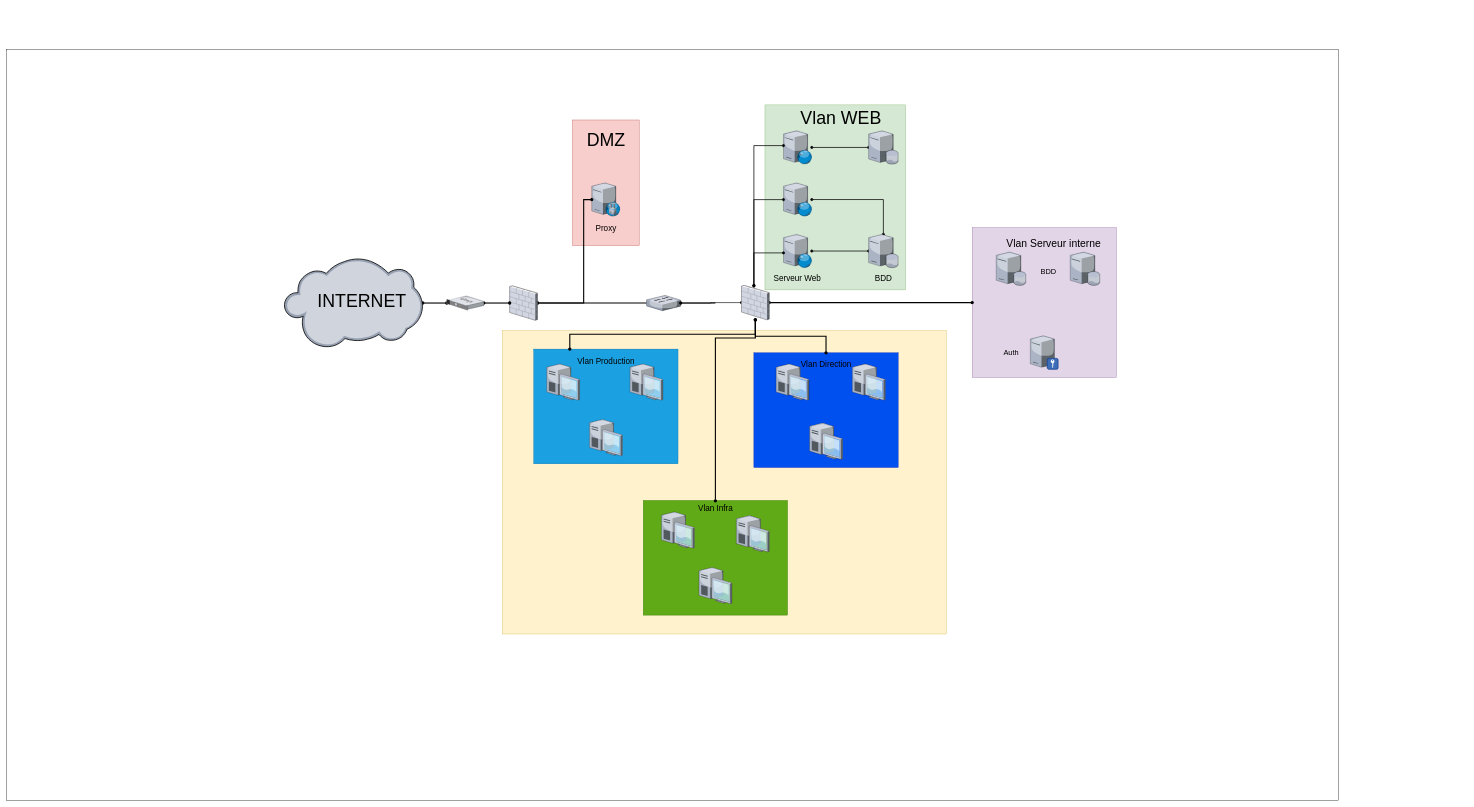
This is schémas/Diagramme sans nom.drawio from MaoenD/Projet_R-seau, a draw.io file, before an edit. Source tidied: cells renumbered, new cells numbered last; positions are measured from the earlier drawing's top-left corner, leaving out a move shared by most shapes. Both pictures are drawn from the tidied source at 37%, with x=0, y=0 at pixel (6, 49).
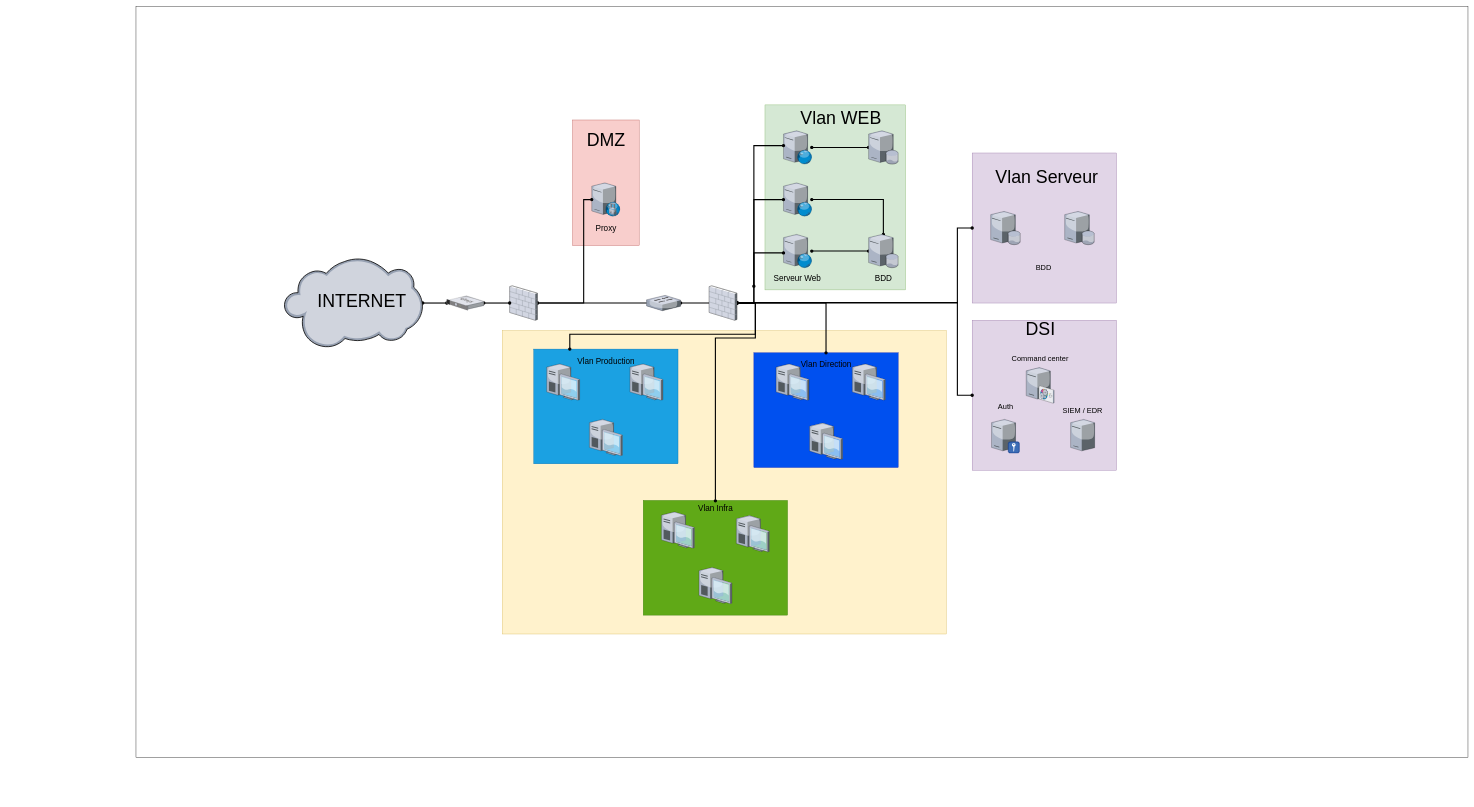
The same diagram, later.

Commit message:
Mettre à jour Diagramme sans nom.drawio

Unchanged cells that the change refers to:
```xml
<mxCell id="9" style="verticalLabelPosition=bottom;sketch=0;html=1;verticalAlign=top;strokeColor=none;align=center;outlineConnect=0;shape=mxgraph.citrix.web_server;" parent="1" vertex="1">
  <mxGeometry x="2100" y="220" width="76.5" height="90" as="geometry" />
</mxCell>
<mxCell id="11" style="verticalLabelPosition=bottom;sketch=0;html=1;verticalAlign=top;strokeColor=none;align=center;outlineConnect=0;shape=mxgraph.citrix.web_server;" parent="1" vertex="1">
  <mxGeometry x="2100" y="360.8" width="76.5" height="90" as="geometry" />
</mxCell>
<mxCell id="13" style="verticalLabelPosition=bottom;sketch=0;html=1;verticalAlign=top;strokeColor=none;align=center;outlineConnect=0;shape=mxgraph.citrix.web_server;" parent="1" vertex="1">
  <mxGeometry x="2100" y="500" width="76.5" height="90" as="geometry" />
</mxCell>
<mxCell id="17" style="verticalLabelPosition=bottom;sketch=0;html=1;verticalAlign=top;strokeColor=none;align=center;outlineConnect=0;shape=mxgraph.citrix.database_server;" parent="1" vertex="1">
  <mxGeometry x="2330" y="220" width="80" height="90" as="geometry" />
</mxCell>
<mxCell id="18" style="verticalLabelPosition=bottom;sketch=0;html=1;verticalAlign=top;strokeColor=none;align=center;outlineConnect=0;shape=mxgraph.citrix.database_server;" parent="1" vertex="1">
  <mxGeometry x="2330" y="500" width="80" height="90" as="geometry" />
</mxCell>
<mxCell id="29" style="verticalLabelPosition=bottom;sketch=0;html=1;verticalAlign=top;strokeColor=none;align=center;outlineConnect=0;shape=mxgraph.citrix.switch;" parent="1" vertex="1">
  <mxGeometry x="1730" y="664.8" width="92" height="41.5" as="geometry" />
</mxCell>
```

The edit, as a diff of the source:
```diff
@@
     <mxCell id="2" style="rounded=0;whiteSpace=wrap;html=1;" parent="1" vertex="1">
-      <mxGeometry width="3600" height="2030" as="geometry" />
+      <mxGeometry x="350" y="-116" width="3600" height="2030" as="geometry" />
     </mxCell>
+    <mxCell id="61" style="rounded=0;whiteSpace=wrap;html=1;fillColor=#e1d5e7;strokeColor=#9673a6;" parent="1" vertex="1">
+      <mxGeometry x="2610" y="732" width="390" height="405.5" as="geometry" />
+    </mxCell>
@@
-    <mxCell id="8" style="edgeStyle=orthogonalEdgeStyle;rounded=0;jettySize=auto;html=1;strokeWidth=2;startArrow=oval;startFill=1;endArrow=oval;endFill=1;" parent="1" edge="1" source="9" target="17">
+    <mxCell id="8" style="edgeStyle=orthogonalEdgeStyle;rounded=0;jettySize=auto;html=1;strokeWidth=3;startArrow=oval;startFill=1;endArrow=oval;endFill=1;" parent="1" edge="1" source="9" target="17">
       <mxGeometry relative="1" as="geometry" />
     </mxCell>
@@
-    <mxCell id="10" style="edgeStyle=orthogonalEdgeStyle;rounded=0;jettySize=auto;html=1;strokeWidth=2;startArrow=oval;startFill=1;endArrow=oval;endFill=1;" parent="1" edge="1" source="11" target="18">
+    <mxCell id="10" style="edgeStyle=orthogonalEdgeStyle;rounded=0;jettySize=auto;html=1;strokeWidth=3;startArrow=oval;startFill=1;endArrow=oval;endFill=1;" parent="1" edge="1" source="11" target="18">
       <mxGeometry relative="1" as="geometry" />
     </mxCell>
@@
-    <mxCell id="12" style="edgeStyle=orthogonalEdgeStyle;rounded=0;jettySize=auto;html=1;strokeWidth=2;startArrow=oval;startFill=1;endArrow=oval;endFill=1;" parent="1" edge="1" source="13" target="18">
+    <mxCell id="12" style="edgeStyle=orthogonalEdgeStyle;rounded=0;jettySize=auto;html=1;strokeWidth=3;startArrow=oval;startFill=1;endArrow=oval;endFill=1;" parent="1" edge="1" source="13" target="18">
       <mxGeometry relative="1" as="geometry" />
     </mxCell>
@@
-    <mxCell id="14" style="edgeStyle=orthogonalEdgeStyle;rounded=0;jettySize=auto;html=1;strokeWidth=2;startArrow=oval;startFill=1;endArrow=oval;endFill=1;" parent="1" edge="1" source="57" target="11">
+    <mxCell id="14" style="edgeStyle=orthogonalEdgeStyle;rounded=0;jettySize=auto;html=1;strokeWidth=3;startArrow=oval;startFill=1;endArrow=oval;endFill=1;" parent="1" edge="1" source="57" target="11">
       <mxGeometry relative="1" as="geometry">
         <Array as="points">
           <mxPoint x="2020" y="406" />
         </Array>
       </mxGeometry>
     </mxCell>
-    <mxCell id="15" style="edgeStyle=orthogonalEdgeStyle;rounded=0;jettySize=auto;html=1;strokeWidth=2;startArrow=oval;startFill=1;endArrow=oval;endFill=1;" parent="1" edge="1" source="57" target="9">
+    <mxCell id="15" style="edgeStyle=orthogonalEdgeStyle;rounded=0;jettySize=auto;html=1;strokeWidth=3;startArrow=oval;startFill=1;endArrow=oval;endFill=1;" parent="1" edge="1" source="57" target="9">
       <mxGeometry relative="1" as="geometry">
         <Array as="points">
           <mxPoint x="2020" y="260" />
         </Array>
       </mxGeometry>
     </mxCell>
-    <mxCell id="16" style="edgeStyle=orthogonalEdgeStyle;rounded=0;jettySize=auto;html=1;strokeWidth=2;startArrow=oval;startFill=1;endArrow=oval;endFill=1;" parent="1" edge="1" target="13">
+    <mxCell id="16" style="edgeStyle=orthogonalEdgeStyle;rounded=0;jettySize=auto;html=1;strokeWidth=3;startArrow=oval;startFill=1;endArrow=oval;endFill=1;" parent="1" edge="1" target="13">
       <mxGeometry relative="1" as="geometry">
         <mxPoint x="2020" y="640" as="sourcePoint" />
         <Array as="points">
           <mxPoint x="2020" y="550" />
         </Array>
       </mxGeometry>
     </mxCell>
@@
     <mxCell id="45" style="rounded=0;whiteSpace=wrap;html=1;fillColor=#e1d5e7;strokeColor=#9673a6;" parent="1" vertex="1">
-      <mxGeometry x="2610" y="481.5" width="390" height="405.5" as="geometry" />
+      <mxGeometry x="2610" y="280" width="390" height="405.5" as="geometry" />
     </mxCell>
     <mxCell id="46" style="verticalLabelPosition=bottom;sketch=0;html=1;verticalAlign=top;strokeColor=none;align=center;shape=mxgraph.citrix.database_server;" parent="1" vertex="1">
-      <mxGeometry x="2875" y="547.8" width="80" height="90" as="geometry" />
+      <mxGeometry x="2860" y="437.8" width="80" height="90" as="geometry" />
     </mxCell>
     <mxCell id="47" style="verticalLabelPosition=bottom;sketch=0;html=1;verticalAlign=top;strokeColor=none;align=center;shape=mxgraph.citrix.database_server;" parent="1" vertex="1">
-      <mxGeometry x="2675" y="547.8" width="80" height="90" as="geometry" />
+      <mxGeometry x="2660" y="437.8" width="80" height="90" as="geometry" />
     </mxCell>
     <mxCell id="48" style="verticalLabelPosition=bottom;sketch=0;html=1;verticalAlign=top;strokeColor=none;align=center;shape=mxgraph.citrix.radius_server;" parent="1" vertex="1">
-      <mxGeometry x="2767.2" y="774" width="75.5" height="91" as="geometry" />
+      <mxGeometry x="2662.2" y="1000" width="75.5" height="91" as="geometry" />
     </mxCell>
-    <mxCell id="49" style="edgeStyle=orthogonalEdgeStyle;rounded=0;jettySize=auto;html=1;startArrow=oval;startFill=1;endArrow=oval;endFill=1;" parent="1" edge="1" source="57" target="29">
-      <mxGeometry relative="1" as="geometry" />
-    </mxCell>
-    <mxCell id="50" style="edgeStyle=orthogonalEdgeStyle;rounded=0;jettySize=auto;html=1;startArrow=oval;startFill=1;endArrow=oval;endFill=1;" parent="1" edge="1" source="57" target="29">
-      <mxGeometry relative="1" as="geometry" />
-    </mxCell>
@@
-    <mxCell id="54" value="&lt;font style=&quot;font-size: 28px;&quot;&gt;Vlan Serveur interne&lt;/font&gt;" style="text;html=1;align=center;verticalAlign=middle;strokeColor=none;fillColor=none;fontSize=48;" parent="1" vertex="1">
-      <mxGeometry x="2690" y="481.5" width="280" height="70" as="geometry" />
+    <mxCell id="54" value="&lt;font&gt;Vlan Serveur&amp;nbsp;&lt;/font&gt;" style="text;html=1;align=center;verticalAlign=middle;strokeColor=none;fillColor=none;fontSize=48;" parent="1" vertex="1">
+      <mxGeometry x="2662.8" y="310" width="310" height="70" as="geometry" />
     </mxCell>
     <mxCell id="55" value="&lt;font style=&quot;font-size: 20px;&quot;&gt;Auth&lt;/font&gt;" style="text;html=1;align=center;verticalAlign=middle;strokeColor=none;fillColor=none;fontSize=48;" parent="1" vertex="1">
-      <mxGeometry x="2685" y="774" width="60" height="70" as="geometry" />
+      <mxGeometry x="2670" y="920" width="60" height="70" as="geometry" />
     </mxCell>
-    <mxCell id="56" style="edgeStyle=orthogonalEdgeStyle;rounded=0;jettySize=auto;html=1;startArrow=oval;startFill=1;endArrow=oval;endFill=1;strokeWidth=3;" parent="1" edge="1" source="57" target="45">
-      <mxGeometry relative="1" as="geometry" />
+    <mxCell id="56" style="edgeStyle=orthogonalEdgeStyle;rounded=0;jettySize=auto;html=1;startArrow=oval;startFill=1;endArrow=oval;endFill=1;strokeWidth=3;entryX=0;entryY=0.5;entryDx=0;entryDy=0;" parent="1" edge="1" source="57" target="45">
+      <mxGeometry relative="1" as="geometry">
+        <Array as="points">
+          <mxPoint x="2570" y="686" />
+          <mxPoint x="2570" y="483" />
+        </Array>
+      </mxGeometry>
     </mxCell>
+    <mxCell id="62" style="edgeStyle=orthogonalEdgeStyle;rounded=0;jettySize=auto;html=1;entryX=0;entryY=0.5;entryDx=0;entryDy=0;startArrow=oval;startFill=1;endArrow=oval;endFill=1;strokeWidth=3;" parent="1" edge="1" source="57" target="61">
+      <mxGeometry relative="1" as="geometry">
+        <Array as="points">
+          <mxPoint x="2570" y="684" />
+          <mxPoint x="2570" y="935" />
+        </Array>
+      </mxGeometry>
+    </mxCell>
     <mxCell id="57" style="verticalLabelPosition=bottom;sketch=0;html=1;verticalAlign=top;strokeColor=none;align=center;outlineConnect=0;shape=mxgraph.citrix.firewall;" parent="1" vertex="1">
-      <mxGeometry x="1986.5" y="637.8" width="75" height="93" as="geometry" />
+      <mxGeometry x="1899.2" y="639" width="75" height="93" as="geometry" />
     </mxCell>
     <mxCell id="58" value="&lt;span style=&quot;color: rgb(0, 0, 0); font-family: Helvetica; font-style: normal; font-variant-ligatures: normal; font-variant-caps: normal; font-weight: 400; letter-spacing: normal; orphans: 2; text-align: center; text-indent: 0px; text-transform: none; widows: 2; word-spacing: 0px; -webkit-text-stroke-width: 0px; white-space: nowrap; text-decoration-thickness: initial; text-decoration-style: initial; text-decoration-color: initial; float: none; display: inline !important;&quot;&gt;&lt;font style=&quot;font-size: 20px;&quot;&gt;BDD&amp;nbsp;&lt;/font&gt;&lt;/span&gt;" style="text;whiteSpace=wrap;html=1;" parent="1" vertex="1">
-      <mxGeometry x="2792.8" y="581" width="50" height="38" as="geometry" />
+      <mxGeometry x="2780" y="570" width="50" height="38" as="geometry" />
     </mxCell>
@@
+    <mxCell id="63" style="verticalLabelPosition=bottom;sketch=0;html=1;verticalAlign=top;strokeColor=none;align=center;shape=mxgraph.citrix.command_center;" parent="1" vertex="1">
+      <mxGeometry x="2756" y="860" width="75.5" height="96" as="geometry" />
+    </mxCell>
+    <mxCell id="64" style="verticalLabelPosition=bottom;sketch=0;html=1;verticalAlign=top;strokeColor=none;align=center;shape=mxgraph.citrix.license_server;" parent="1" vertex="1">
+      <mxGeometry x="2876" y="1000" width="65" height="85" as="geometry" />
+    </mxCell>
+    <mxCell id="65" value="DSI" style="text;html=1;align=center;verticalAlign=middle;strokeColor=none;fillColor=none;fontSize=48;" parent="1" vertex="1">
+      <mxGeometry x="2743.8" y="720" width="100" height="70" as="geometry" />
+    </mxCell>
+    <mxCell id="66" value="Command center" style="text;align=center;verticalAlign=middle;strokeColor=none;fillColor=none;fontSize=20;" parent="1" vertex="1">
+      <mxGeometry x="2703.8" y="815" width="180" height="40" as="geometry" />
+    </mxCell>
+    <mxCell id="67" value="SIEM / EDR" style="text;align=center;verticalAlign=middle;strokeColor=none;fillColor=none;fontSize=20;" parent="1" vertex="1">
+      <mxGeometry x="2843.5" y="955" width="130" height="40" as="geometry" />
+    </mxCell>
```
